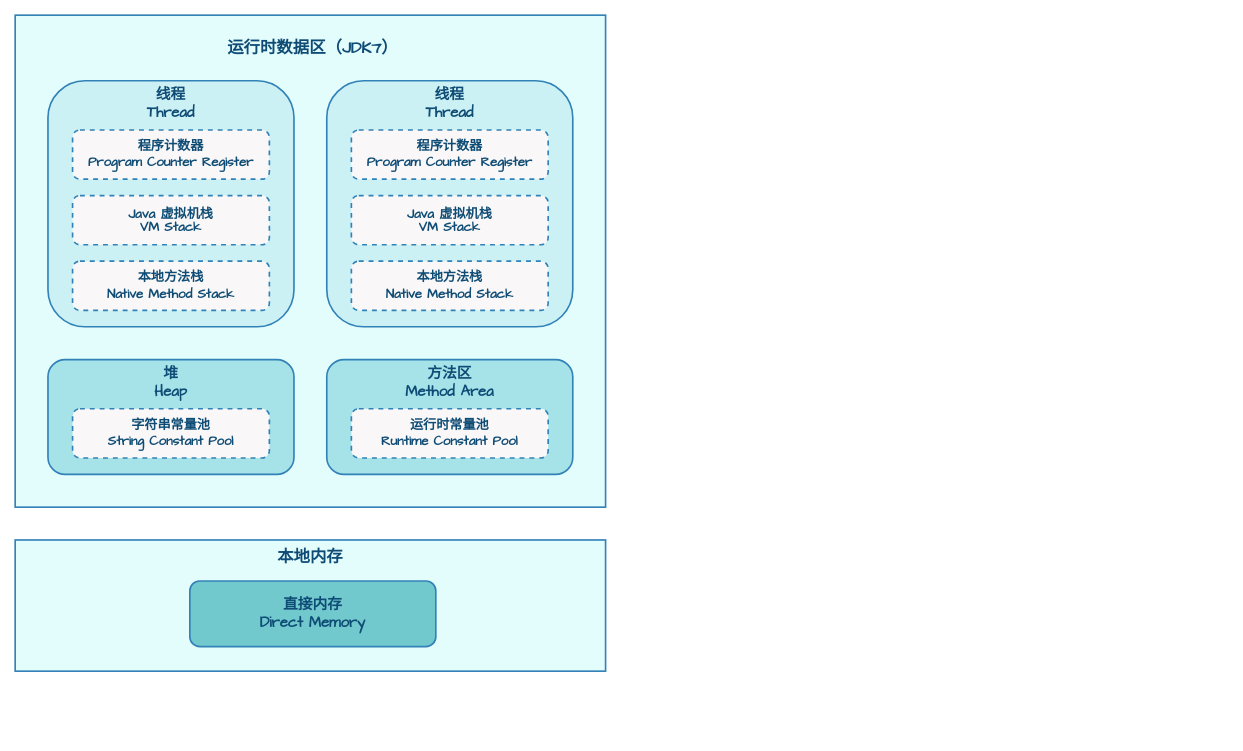
This is page "运行时数据区" (2 of 6) of assets/Java/JavaCore/Java_虚拟机_内存区域.drawio from dunwu/waterdrop, a draw.io file, before an edit. Source tidied: cells renumbered, new cells numbered last; positions are measured from the earlier drawing's top-left corner, leaving out a move shared by most shapes. Both pictures are drawn from the tidied source at 82%, with x=0, y=0 at pixel (15, 15).
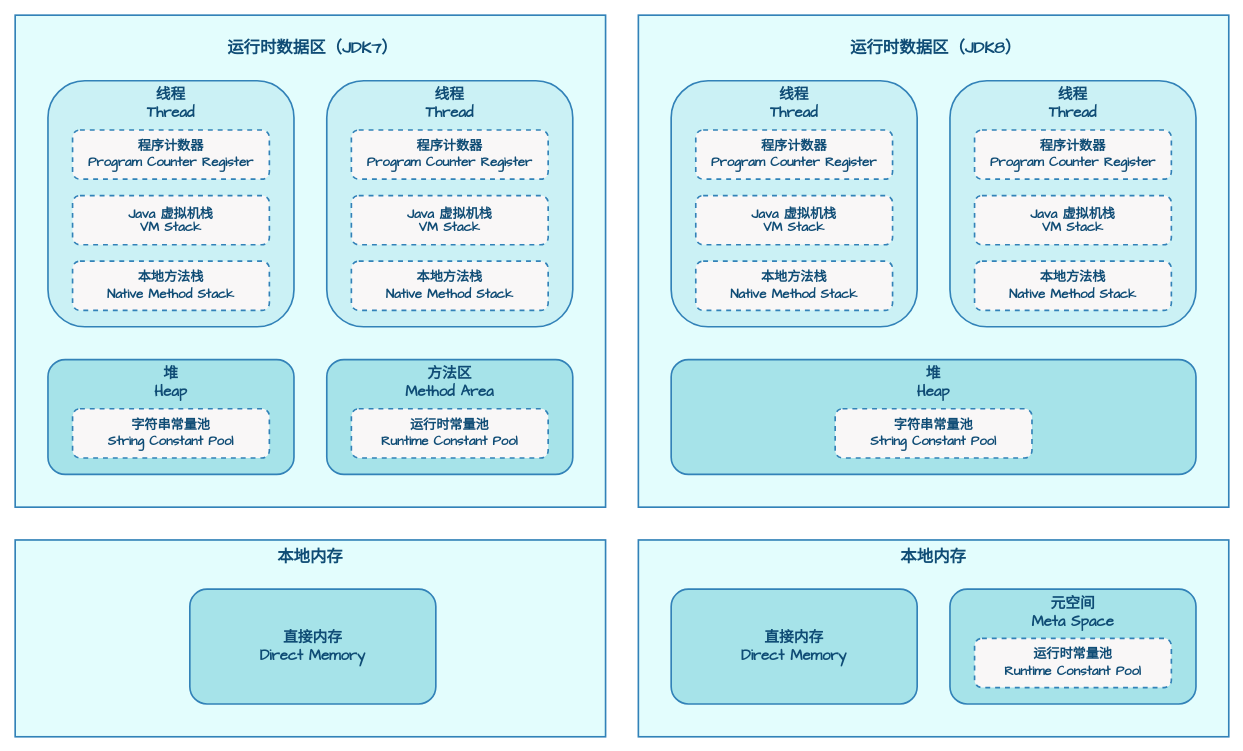
After the change.

Change to the diagram source:
```diff
@@
     <mxCell id="7" style="rounded=0;whiteSpace=wrap;html=1;fontSize=16;fontColor=#0F4C75;fillColor=#E3FDFD;strokeWidth=2;strokeColor=#3282B8;fontFamily=Comic Sans MS;fontStyle=1;" parent="1" vertex="1">
-      <mxGeometry y="640" width="720" height="160" as="geometry" />
+      <mxGeometry y="640" width="720" height="240" as="geometry" />
     </mxCell>
@@
-    <mxCell id="11" value="&lt;div style=&quot;border-color: var(--border-color); font-size: 18px;&quot;&gt;直接内存&lt;/div&gt;&lt;div style=&quot;border-color: var(--border-color); font-size: 18px;&quot;&gt;Direct Memory&lt;/div&gt;" style="rounded=1;whiteSpace=wrap;html=1;fillColor=#71C9CE;strokeColor=#3282B8;shadow=0;fontSize=18;fontColor=#0F4C75;strokeWidth=2;fontFamily=Comic Sans MS;fontStyle=1;" parent="1" vertex="1">
-      <mxGeometry x="213" y="690" width="300" height="80" as="geometry" />
-    </mxCell>
@@
+    <mxCell id="19" style="rounded=0;whiteSpace=wrap;html=1;fontSize=16;fillColor=#E3FDFD;fontColor=#0F4C75;strokeWidth=2;strokeColor=#3282B8;fontFamily=Comic Sans MS;fontStyle=1;" parent="1" vertex="1">
+      <mxGeometry x="760" width="720" height="600" as="geometry" />
+    </mxCell>
+    <mxCell id="20" style="rounded=0;whiteSpace=wrap;html=1;fontSize=16;fontColor=#0F4C75;fillColor=#E3FDFD;strokeWidth=2;strokeColor=#3282B8;fontFamily=Comic Sans MS;fontStyle=1;" parent="1" vertex="1">
+      <mxGeometry x="760" y="640" width="720" height="240" as="geometry" />
+    </mxCell>
+    <mxCell id="21" value="&lt;div style=&quot;border-color: var(--border-color); font-size: 18px;&quot;&gt;&lt;div style=&quot;border-color: var(--border-color);&quot;&gt;线程&lt;/div&gt;&lt;div style=&quot;border-color: var(--border-color);&quot;&gt;Thread&lt;/div&gt;&lt;/div&gt;" style="rounded=1;whiteSpace=wrap;html=1;fillColor=#CBF1F5;strokeColor=#3282B8;shadow=0;fontSize=16;verticalAlign=top;fontColor=#0F4C75;strokeWidth=2;fontFamily=Comic Sans MS;fontStyle=1;" parent="1" vertex="1">
+      <mxGeometry x="800" y="80" width="300" height="300" as="geometry" />
+    </mxCell>
+    <mxCell id="22" value="&lt;div style=&quot;border-color: var(--border-color); font-size: 18px;&quot;&gt;元空间&lt;/div&gt;&lt;div style=&quot;border-color: var(--border-color); font-size: 18px;&quot;&gt;Meta Space&lt;/div&gt;" style="rounded=1;whiteSpace=wrap;html=1;fillColor=#A6E3E9;strokeColor=#3282B8;shadow=0;fontSize=16;verticalAlign=top;fontColor=#0F4C75;strokeWidth=2;fontFamily=Comic Sans MS;fontStyle=1;" parent="1" vertex="1">
+      <mxGeometry x="1140" y="700" width="300" height="140" as="geometry" />
+    </mxCell>
+    <mxCell id="23" value="运行时数据区（JDK8）" style="text;html=1;strokeColor=none;fillColor=none;align=center;verticalAlign=middle;whiteSpace=wrap;rounded=0;fontSize=20;fontStyle=1;fontColor=#0F4C75;strokeWidth=2;fontFamily=Comic Sans MS;" parent="1" vertex="1">
+      <mxGeometry x="980" y="20" width="286" height="40" as="geometry" />
+    </mxCell>
+    <mxCell id="24" value="&lt;div style=&quot;border-color: var(--border-color); font-size: 18px;&quot;&gt;堆&lt;/div&gt;&lt;div style=&quot;border-color: var(--border-color); font-size: 18px;&quot;&gt;Heap&lt;/div&gt;" style="rounded=1;whiteSpace=wrap;html=1;fillColor=#A6E3E9;strokeColor=#3282B8;shadow=0;fontSize=16;verticalAlign=top;fontColor=#0F4C75;strokeWidth=2;fontFamily=Comic Sans MS;fontStyle=1;" parent="1" vertex="1">
+      <mxGeometry x="800" y="420" width="640" height="140" as="geometry" />
+    </mxCell>
+    <mxCell id="25" value="&lt;div style=&quot;font-size: 20px;&quot;&gt;本地内存&lt;/div&gt;" style="text;html=1;strokeColor=none;fillColor=none;align=center;verticalAlign=middle;whiteSpace=wrap;rounded=0;fontSize=20;fontStyle=1;fontColor=#0F4C75;strokeWidth=2;fontFamily=Comic Sans MS;" parent="1" vertex="1">
+      <mxGeometry x="1060" y="640" width="120" height="40" as="geometry" />
+    </mxCell>
+    <mxCell id="26" value="&lt;div style=&quot;border-color: var(--border-color);&quot;&gt;字符串常量池&lt;/div&gt;&lt;div style=&quot;border-color: var(--border-color);&quot;&gt;String Constant Pool&lt;/div&gt;" style="rounded=1;whiteSpace=wrap;html=1;fillColor=#F9F7F7;fontColor=#0F4C75;strokeColor=#3282B8;fontSize=16;fontStyle=1;strokeWidth=2;dashed=1;fontFamily=Comic Sans MS;" parent="1" vertex="1">
+      <mxGeometry x="1000" y="480" width="240" height="60" as="geometry" />
+    </mxCell>
+    <mxCell id="27" value="&lt;div style=&quot;border-color: var(--border-color);&quot;&gt;&lt;div style=&quot;border-color: var(--border-color);&quot;&gt;运行时常量池&lt;/div&gt;&lt;div style=&quot;border-color: var(--border-color);&quot;&gt;Runtime Constant Pool&lt;/div&gt;&lt;/div&gt;" style="rounded=1;whiteSpace=wrap;html=1;fillColor=#F9F7F7;fontColor=#0F4C75;strokeColor=#3282B8;fontSize=16;fontStyle=1;strokeWidth=2;dashed=1;fontFamily=Comic Sans MS;" parent="1" vertex="1">
+      <mxGeometry x="1170" y="760" width="240" height="60" as="geometry" />
+    </mxCell>
+    <mxCell id="28" value="&lt;div style=&quot;border-color: var(--border-color); font-size: 18px;&quot;&gt;直接内存&lt;/div&gt;&lt;div style=&quot;border-color: var(--border-color); font-size: 18px;&quot;&gt;Direct Memory&lt;/div&gt;" style="rounded=1;whiteSpace=wrap;html=1;fillColor=#A6E3E9;strokeColor=#3282B8;shadow=0;fontSize=18;fontColor=#0F4C75;strokeWidth=2;fontFamily=Comic Sans MS;fontStyle=1;" parent="1" vertex="1">
+      <mxGeometry x="800" y="700" width="300" height="140" as="geometry" />
+    </mxCell>
+    <mxCell id="29" value="&lt;div style=&quot;border-color: var(--border-color); font-size: 18px;&quot;&gt;&lt;div style=&quot;border-color: var(--border-color);&quot;&gt;线程&lt;/div&gt;&lt;div style=&quot;border-color: var(--border-color);&quot;&gt;Thread&lt;/div&gt;&lt;/div&gt;" style="rounded=1;whiteSpace=wrap;html=1;fillColor=#CBF1F5;strokeColor=#3282B8;shadow=0;fontSize=16;verticalAlign=top;fontColor=#0F4C75;strokeWidth=2;fontFamily=Comic Sans MS;fontStyle=1;" parent="1" vertex="1">
+      <mxGeometry x="1140" y="80" width="300" height="300" as="geometry" />
+    </mxCell>
+    <mxCell id="30" value="&lt;div style=&quot;font-size: 16px;&quot;&gt;&lt;div style=&quot;font-size: 16px;&quot;&gt;程序计数器&lt;/div&gt;&lt;div style=&quot;font-size: 16px;&quot;&gt;Program Counter Register&lt;/div&gt;&lt;/div&gt;" style="rounded=1;whiteSpace=wrap;html=1;fontSize=16;fillColor=#F9F7F7;fontColor=#0F4C75;strokeColor=#3282B8;fontStyle=1;strokeWidth=2;dashed=1;fontFamily=Comic Sans MS;" parent="1" vertex="1">
+      <mxGeometry x="1170" y="140" width="240" height="60" as="geometry" />
+    </mxCell>
+    <mxCell id="31" value="&lt;div style=&quot;font-size: 16px;&quot;&gt;&lt;div style=&quot;font-size: 16px;&quot;&gt;&lt;p style=&quot;border-color: var(--border-color); margin: 0px 4px; line-height: 16px;&quot; align=&quot;center&quot;&gt;Java 虚拟机栈&lt;/p&gt;&lt;p style=&quot;border-color: var(--border-color); margin: 0px 4px; line-height: 16px;&quot; align=&quot;center&quot;&gt;VM Stack&lt;/p&gt;&lt;/div&gt;&lt;/div&gt;" style="rounded=1;whiteSpace=wrap;html=1;fontSize=16;fillColor=#F9F7F7;fontColor=#0F4C75;strokeColor=#3282B8;fontStyle=1;strokeWidth=2;dashed=1;fontFamily=Comic Sans MS;" parent="1" vertex="1">
+      <mxGeometry x="1170" y="220" width="240" height="60" as="geometry" />
+    </mxCell>
+    <mxCell id="32" value="&lt;div style=&quot;font-size: 16px;&quot;&gt;&lt;div style=&quot;font-size: 16px;&quot;&gt;&lt;div style=&quot;border-color: var(--border-color);&quot;&gt;本地方法栈&lt;/div&gt;&lt;div style=&quot;border-color: var(--border-color);&quot;&gt;Native Method Stack&lt;/div&gt;&lt;/div&gt;&lt;/div&gt;" style="rounded=1;whiteSpace=wrap;html=1;fontSize=16;fillColor=#F9F7F7;fontColor=#0F4C75;strokeColor=#3282B8;fontStyle=1;strokeWidth=2;dashed=1;fontFamily=Comic Sans MS;" parent="1" vertex="1">
+      <mxGeometry x="1170" y="300" width="240" height="60" as="geometry" />
+    </mxCell>
+    <mxCell id="33" value="&lt;div style=&quot;font-size: 16px;&quot;&gt;&lt;div style=&quot;font-size: 16px;&quot;&gt;程序计数器&lt;/div&gt;&lt;div style=&quot;font-size: 16px;&quot;&gt;Program Counter Register&lt;/div&gt;&lt;/div&gt;" style="rounded=1;whiteSpace=wrap;html=1;fontSize=16;fillColor=#F9F7F7;fontColor=#0F4C75;strokeColor=#3282B8;fontStyle=1;strokeWidth=2;dashed=1;fontFamily=Comic Sans MS;" parent="1" vertex="1">
+      <mxGeometry x="830" y="140" width="240" height="60" as="geometry" />
+    </mxCell>
+    <mxCell id="34" value="&lt;div style=&quot;font-size: 16px;&quot;&gt;&lt;div style=&quot;font-size: 16px;&quot;&gt;&lt;p style=&quot;border-color: var(--border-color); margin: 0px 4px; line-height: 16px;&quot; align=&quot;center&quot;&gt;Java 虚拟机栈&lt;/p&gt;&lt;p style=&quot;border-color: var(--border-color); margin: 0px 4px; line-height: 16px;&quot; align=&quot;center&quot;&gt;VM Stack&lt;/p&gt;&lt;/div&gt;&lt;/div&gt;" style="rounded=1;whiteSpace=wrap;html=1;fontSize=16;fillColor=#F9F7F7;fontColor=#0F4C75;strokeColor=#3282B8;fontStyle=1;strokeWidth=2;dashed=1;fontFamily=Comic Sans MS;" parent="1" vertex="1">
+      <mxGeometry x="830" y="220" width="240" height="60" as="geometry" />
+    </mxCell>
+    <mxCell id="35" value="&lt;div style=&quot;font-size: 16px;&quot;&gt;&lt;div style=&quot;font-size: 16px;&quot;&gt;&lt;div style=&quot;border-color: var(--border-color);&quot;&gt;本地方法栈&lt;/div&gt;&lt;div style=&quot;border-color: var(--border-color);&quot;&gt;Native Method Stack&lt;/div&gt;&lt;/div&gt;&lt;/div&gt;" style="rounded=1;whiteSpace=wrap;html=1;fontSize=16;fillColor=#F9F7F7;fontColor=#0F4C75;strokeColor=#3282B8;fontStyle=1;strokeWidth=2;dashed=1;fontFamily=Comic Sans MS;" parent="1" vertex="1">
+      <mxGeometry x="830" y="300" width="240" height="60" as="geometry" />
+    </mxCell>
+    <mxCell id="36" value="&lt;div style=&quot;border-color: var(--border-color); font-size: 18px;&quot;&gt;直接内存&lt;/div&gt;&lt;div style=&quot;border-color: var(--border-color); font-size: 18px;&quot;&gt;Direct Memory&lt;/div&gt;" style="rounded=1;whiteSpace=wrap;html=1;fillColor=#A6E3E9;strokeColor=#3282B8;shadow=0;fontSize=18;fontColor=#0F4C75;strokeWidth=2;fontFamily=Comic Sans MS;fontStyle=1;" parent="1" vertex="1">
+      <mxGeometry x="213" y="700" width="300" height="140" as="geometry" />
+    </mxCell>
```
